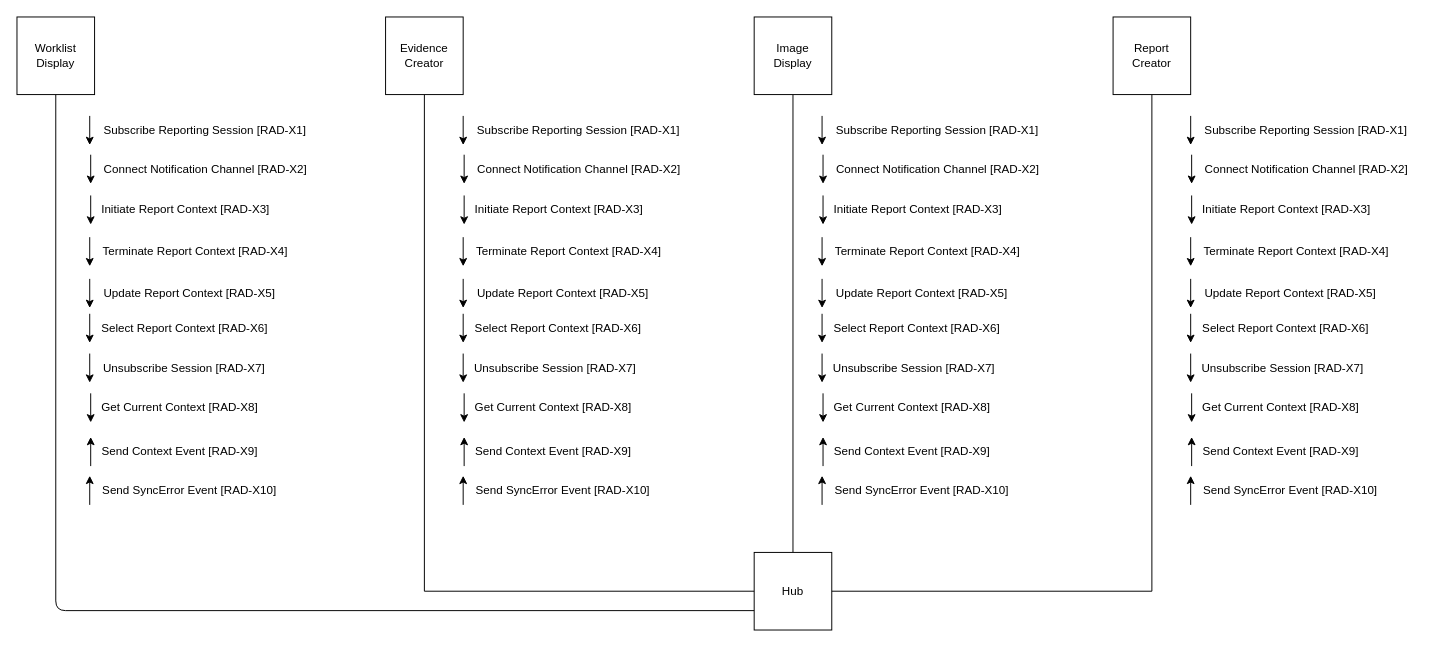
The draw.io diagram page "Concrete Actors" (4 of 4) of input/images-source/actor_transaction.drawio in IHE/RAD.IRA, before the edit. Source tidied: cells renumbered, new cells numbered last; positions are measured from the earlier drawing's top-left corner, leaving out a move shared by most shapes. Both pictures are drawn from the tidied source at 97%, with x=0, y=0 at pixel (16, 16).
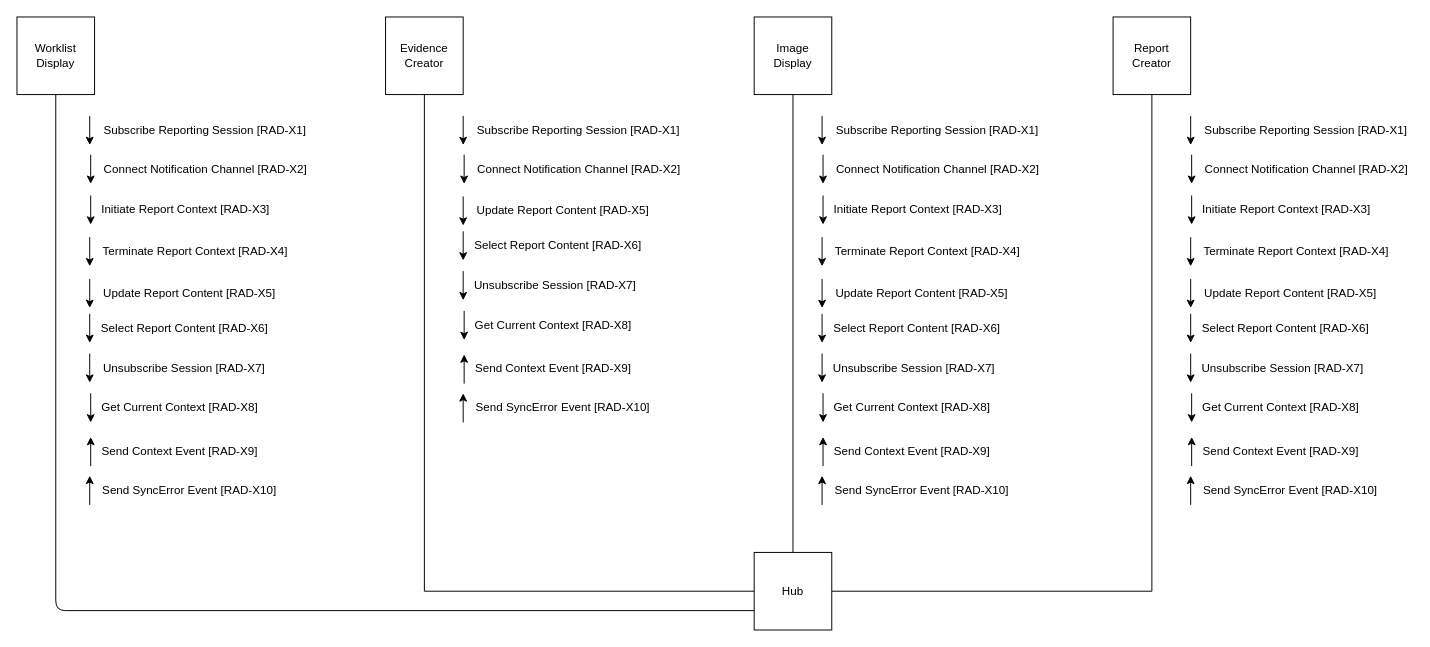
The same page after the edit.

Diff of the diagram source:
```diff
@@
     <mxCell id="11" style="endArrow=none;html=1;rounded=0;startArrow=classic;startFill=1;endFill=0;" parent="1" edge="1">
       <mxGeometry relative="1" as="geometry">
-        <mxPoint x="461" y="433" as="sourcePoint" />
-        <mxPoint x="461" y="463" as="targetPoint" />
+        <mxPoint x="461" y="348" as="sourcePoint" />
+        <mxPoint x="461" y="378" as="targetPoint" />
       </mxGeometry>
     </mxCell>
     <mxCell id="12" value="Send Context Event [RAD-X9]" style="text;html=1;strokeColor=none;fillColor=none;align=center;verticalAlign=middle;whiteSpace=wrap;rounded=0;" parent="1" vertex="1">
-      <mxGeometry x="470" y="433" width="166" height="30" as="geometry" />
+      <mxGeometry x="470" y="348" width="166" height="30" as="geometry" />
     </mxCell>
@@
-    <mxCell id="15" style="endArrow=classic;html=1;rounded=0;" parent="1" edge="1">
-      <mxGeometry relative="1" as="geometry">
-        <mxPoint x="460" y="227" as="sourcePoint" />
-        <mxPoint x="460" y="257" as="targetPoint" />
-      </mxGeometry>
-    </mxCell>
-    <mxCell id="16" value="Terminate Report Context [RAD-X4]" style="text;html=1;strokeColor=none;fillColor=none;align=center;verticalAlign=middle;whiteSpace=wrap;rounded=0;" parent="1" vertex="1">
-      <mxGeometry x="470" y="227" width="198" height="30" as="geometry" />
-    </mxCell>
     <mxCell id="17" style="endArrow=classic;html=1;rounded=0;" parent="1" edge="1">
       <mxGeometry relative="1" as="geometry">
-        <mxPoint x="460" y="270" as="sourcePoint" />
-        <mxPoint x="460" y="300" as="targetPoint" />
+        <mxPoint x="460" y="185" as="sourcePoint" />
+        <mxPoint x="460" y="215" as="targetPoint" />
       </mxGeometry>
     </mxCell>
-    <mxCell id="18" value="Update Report Context [RAD-X5]" style="text;html=1;strokeColor=none;fillColor=none;align=center;verticalAlign=middle;whiteSpace=wrap;rounded=0;" parent="1" vertex="1">
-      <mxGeometry x="470" y="270" width="186" height="30" as="geometry" />
+    <mxCell id="18" value="Update Report Content [RAD-X5]" style="text;html=1;strokeColor=none;fillColor=none;align=center;verticalAlign=middle;whiteSpace=wrap;rounded=0;" parent="1" vertex="1">
+      <mxGeometry x="470" y="185" width="186" height="30" as="geometry" />
     </mxCell>
     <mxCell id="19" style="endArrow=classic;html=1;rounded=0;startArrow=none;startFill=0;endFill=1;" parent="1" edge="1">
       <mxGeometry relative="1" as="geometry">
-        <mxPoint x="461" y="388" as="sourcePoint" />
-        <mxPoint x="461" y="418" as="targetPoint" />
+        <mxPoint x="461" y="303" as="sourcePoint" />
+        <mxPoint x="461" y="333" as="targetPoint" />
       </mxGeometry>
     </mxCell>
     <mxCell id="20" value="Get Current Context [RAD-X8]" style="text;html=1;strokeColor=none;fillColor=none;align=center;verticalAlign=middle;whiteSpace=wrap;rounded=0;" parent="1" vertex="1">
-      <mxGeometry x="470" y="388" width="166" height="30" as="geometry" />
+      <mxGeometry x="470" y="303" width="166" height="30" as="geometry" />
     </mxCell>
     <mxCell id="21" style="endArrow=none;html=1;rounded=0;startArrow=classic;startFill=1;endFill=0;" parent="1" edge="1">
       <mxGeometry relative="1" as="geometry">
-        <mxPoint x="460" y="473" as="sourcePoint" />
-        <mxPoint x="460" y="503" as="targetPoint" />
+        <mxPoint x="460" y="388" as="sourcePoint" />
+        <mxPoint x="460" y="418" as="targetPoint" />
       </mxGeometry>
     </mxCell>
     <mxCell id="22" value="Send SyncError Event [RAD-X10]" style="text;html=1;strokeColor=none;fillColor=none;align=center;verticalAlign=middle;whiteSpace=wrap;rounded=0;" parent="1" vertex="1">
-      <mxGeometry x="470" y="473" width="186" height="30" as="geometry" />
+      <mxGeometry x="470" y="388" width="186" height="30" as="geometry" />
     </mxCell>
     <mxCell id="23" style="endArrow=classic;html=1;rounded=0;" parent="1" edge="1">
       <mxGeometry relative="1" as="geometry">
-        <mxPoint x="460" y="306" as="sourcePoint" />
-        <mxPoint x="460" y="336" as="targetPoint" />
+        <mxPoint x="460" y="221" as="sourcePoint" />
+        <mxPoint x="460" y="251" as="targetPoint" />
       </mxGeometry>
     </mxCell>
-    <mxCell id="24" value="Select Report Context [RAD-X6]" style="text;html=1;strokeColor=none;fillColor=none;align=center;verticalAlign=middle;whiteSpace=wrap;rounded=0;" parent="1" vertex="1">
-      <mxGeometry x="470" y="306" width="176" height="30" as="geometry" />
+    <mxCell id="24" value="Select Report Content [RAD-X6]" style="text;html=1;strokeColor=none;fillColor=none;align=center;verticalAlign=middle;whiteSpace=wrap;rounded=0;" parent="1" vertex="1">
+      <mxGeometry x="470" y="221" width="176" height="30" as="geometry" />
     </mxCell>
     <mxCell id="25" style="endArrow=classic;html=1;rounded=0;startArrow=none;startFill=0;endFill=1;" parent="1" edge="1">
       <mxGeometry relative="1" as="geometry">
-        <mxPoint x="460" y="347" as="sourcePoint" />
-        <mxPoint x="460" y="377" as="targetPoint" />
+        <mxPoint x="460" y="262" as="sourcePoint" />
+        <mxPoint x="460" y="292" as="targetPoint" />
       </mxGeometry>
     </mxCell>
     <mxCell id="26" value="Unsubscribe Session [RAD-X7]" style="text;html=1;strokeColor=none;fillColor=none;align=center;verticalAlign=middle;whiteSpace=wrap;rounded=0;" parent="1" vertex="1">
-      <mxGeometry x="470" y="347" width="170" height="30" as="geometry" />
+      <mxGeometry x="470" y="262" width="170" height="30" as="geometry" />
     </mxCell>
-    <mxCell id="27" style="endArrow=classic;html=1;rounded=0;" parent="1" edge="1">
-      <mxGeometry relative="1" as="geometry">
-        <mxPoint x="461" y="184" as="sourcePoint" />
-        <mxPoint x="461" y="214" as="targetPoint" />
-      </mxGeometry>
-    </mxCell>
-    <mxCell id="28" value="Initiate Report Context [RAD-X3]" style="text;html=1;strokeColor=none;fillColor=none;align=center;verticalAlign=middle;whiteSpace=wrap;rounded=0;" parent="1" vertex="1">
-      <mxGeometry x="470" y="184" width="178" height="30" as="geometry" />
-    </mxCell>
@@
-    <mxCell id="38" value="Update Report Context [RAD-X5]" style="text;html=1;strokeColor=none;fillColor=none;align=center;verticalAlign=middle;whiteSpace=wrap;rounded=0;" parent="1" vertex="1">
+    <mxCell id="38" value="Update Report Content [RAD-X5]" style="text;html=1;strokeColor=none;fillColor=none;align=center;verticalAlign=middle;whiteSpace=wrap;rounded=0;" parent="1" vertex="1">
       <mxGeometry x="840" y="270" width="186" height="30" as="geometry" />
     </mxCell>
@@
-    <mxCell id="44" value="Select Report Context [RAD-X6]" style="text;html=1;strokeColor=none;fillColor=none;align=center;verticalAlign=middle;whiteSpace=wrap;rounded=0;" parent="1" vertex="1">
+    <mxCell id="44" value="Select Report Content [RAD-X6]" style="text;html=1;strokeColor=none;fillColor=none;align=center;verticalAlign=middle;whiteSpace=wrap;rounded=0;" parent="1" vertex="1">
       <mxGeometry x="840" y="306" width="176" height="30" as="geometry" />
     </mxCell>
@@
-    <mxCell id="58" value="Update Report Context [RAD-X5]" style="text;html=1;strokeColor=none;fillColor=none;align=center;verticalAlign=middle;whiteSpace=wrap;rounded=0;" parent="1" vertex="1">
+    <mxCell id="58" value="Update Report Content [RAD-X5]" style="text;html=1;strokeColor=none;fillColor=none;align=center;verticalAlign=middle;whiteSpace=wrap;rounded=0;" parent="1" vertex="1">
       <mxGeometry x="1220" y="270" width="186" height="30" as="geometry" />
     </mxCell>
@@
-    <mxCell id="64" value="Select Report Context [RAD-X6]" style="text;html=1;strokeColor=none;fillColor=none;align=center;verticalAlign=middle;whiteSpace=wrap;rounded=0;" parent="1" vertex="1">
+    <mxCell id="64" value="Select Report Content [RAD-X6]" style="text;html=1;strokeColor=none;fillColor=none;align=center;verticalAlign=middle;whiteSpace=wrap;rounded=0;" parent="1" vertex="1">
       <mxGeometry x="1220" y="306" width="176" height="30" as="geometry" />
     </mxCell>
@@
-    <mxCell id="80" value="Update Report Context [RAD-X5]" style="text;html=1;strokeColor=none;fillColor=none;align=center;verticalAlign=middle;whiteSpace=wrap;rounded=0;" parent="1" vertex="1">
+    <mxCell id="80" value="Update Report Content [RAD-X5]" style="text;html=1;strokeColor=none;fillColor=none;align=center;verticalAlign=middle;whiteSpace=wrap;rounded=0;" parent="1" vertex="1">
       <mxGeometry x="85" y="270" width="186" height="30" as="geometry" />
     </mxCell>
@@
-    <mxCell id="86" value="Select Report Context [RAD-X6]" style="text;html=1;strokeColor=none;fillColor=none;align=center;verticalAlign=middle;whiteSpace=wrap;rounded=0;" parent="1" vertex="1">
+    <mxCell id="86" value="Select Report Content [RAD-X6]" style="text;html=1;strokeColor=none;fillColor=none;align=center;verticalAlign=middle;whiteSpace=wrap;rounded=0;" parent="1" vertex="1">
       <mxGeometry x="85" y="306" width="176" height="30" as="geometry" />
     </mxCell>
```
